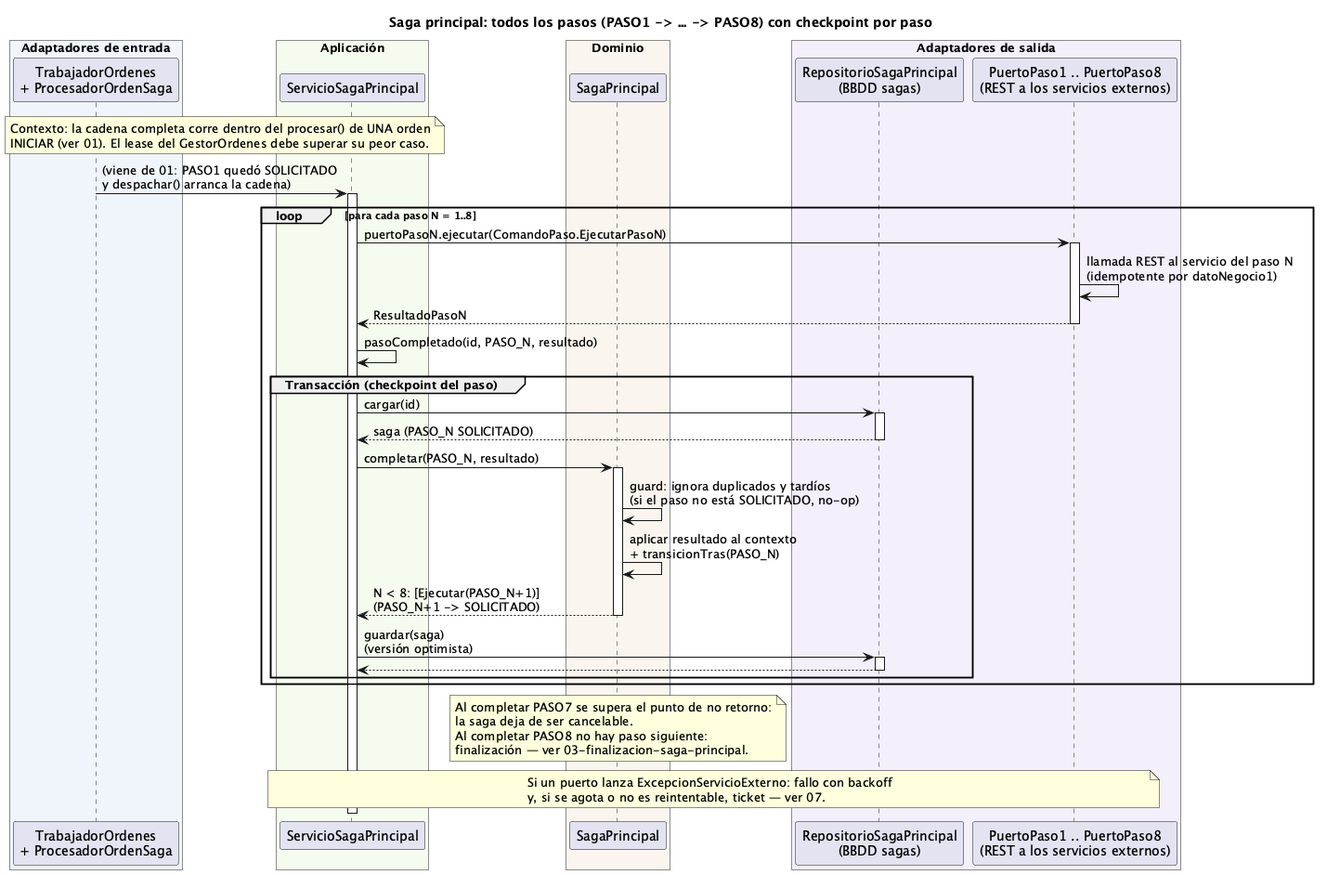
Earlier version of the PlantUML export order-manager/docs/02-pasos-saga-principal.png (ralcazar/patrones).
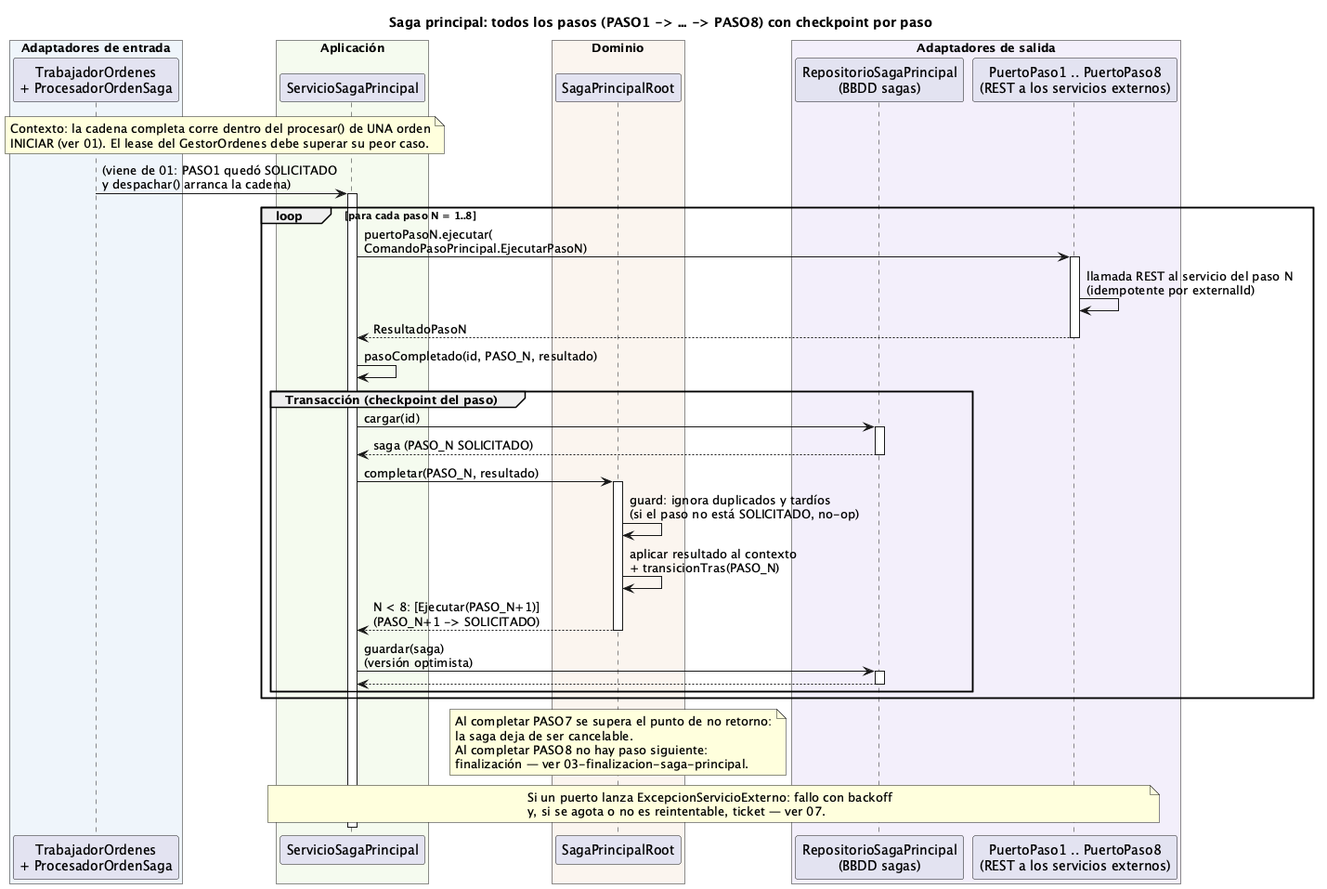
After the change.

Diff of the diagram source:
```diff
@@ -8,7 +8,7 @@
   participant "ServicioSagaPrincipal" as SVC
 end box
 box "Dominio" #FBF5EF
-  participant "SagaPrincipal" as SAGA
+  participant "SagaPrincipalRoot" as SAGA
 end box
 box "Adaptadores de salida" #F3EFFB
   participant "RepositorioSagaPrincipal\n(BBDD sagas)" as REPO
@@ -23,8 +23,8 @@
 TRAB -> SVC ++ : (viene de 01: PASO1 quedó SOLICITADO\ny despachar() arranca la cadena)
 
 loop para cada paso N = 1..8
-  SVC -> PASOS ++ : puertoPasoN.ejecutar(ComandoPaso.EjecutarPasoN)
-  PASOS -> PASOS : llamada REST al servicio del paso N\n(idempotente por datoNegocio1)
+  SVC -> PASOS ++ : puertoPasoN.ejecutar(\nComandoPasoPrincipal.EjecutarPasoN)
+  PASOS -> PASOS : llamada REST al servicio del paso N\n(idempotente por externalId)
   return ResultadoPasoN
 
   SVC -> SVC : pasoCompletado(id, PASO_N, resultado)
```
